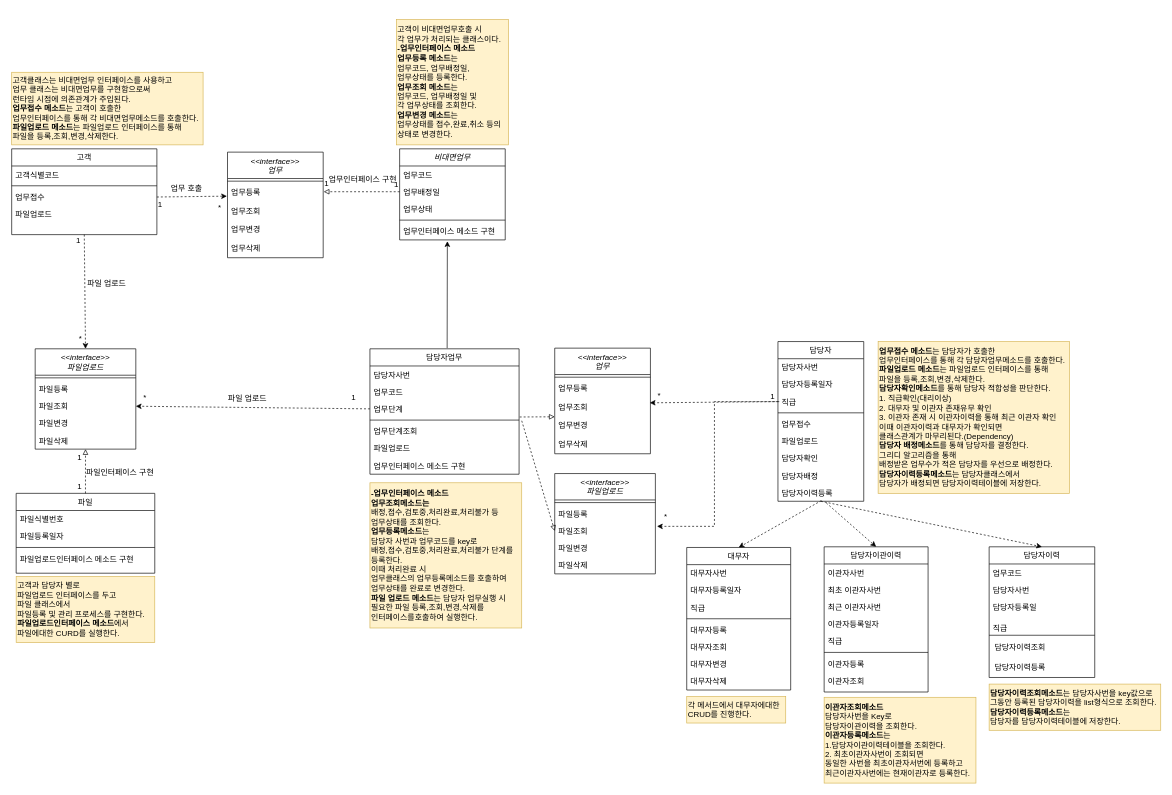
Above: page "페이지-3" (3 of 3) of 클래스다이어그램.drawio in corrvax/toby (draw.io), before the change. Source tidied: cells renumbered, new cells numbered last; positions are measured from the earlier drawing's top-left corner, leaving out a move shared by most shapes. Both pictures are drawn from the tidied source at 66%, with x=0, y=0 at pixel (11, 19).
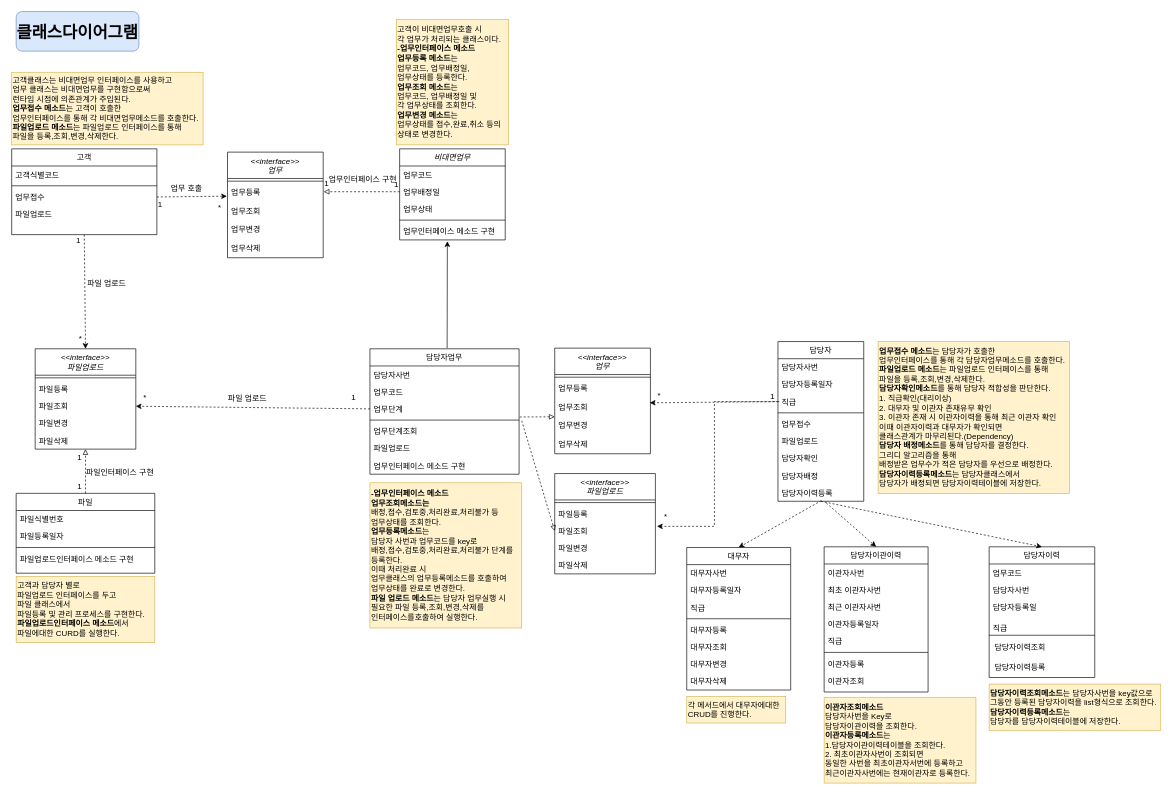
After the change.

Commit message:
클래스다이어그램.drawio 업데이트

Diff of the diagram source:
```diff
@@
+    <mxCell id="120" value="&lt;b&gt;&lt;font style=&quot;font-size: 25px;&quot;&gt;클래스다이어그램&lt;/font&gt;&lt;/b&gt;" style="rounded=1;whiteSpace=wrap;html=1;fillColor=#dae8fc;strokeColor=#6c8ebf;" parent="1" vertex="1">
+      <mxGeometry x="7" y="-12" width="186" height="60" as="geometry" />
+    </mxCell>
```
